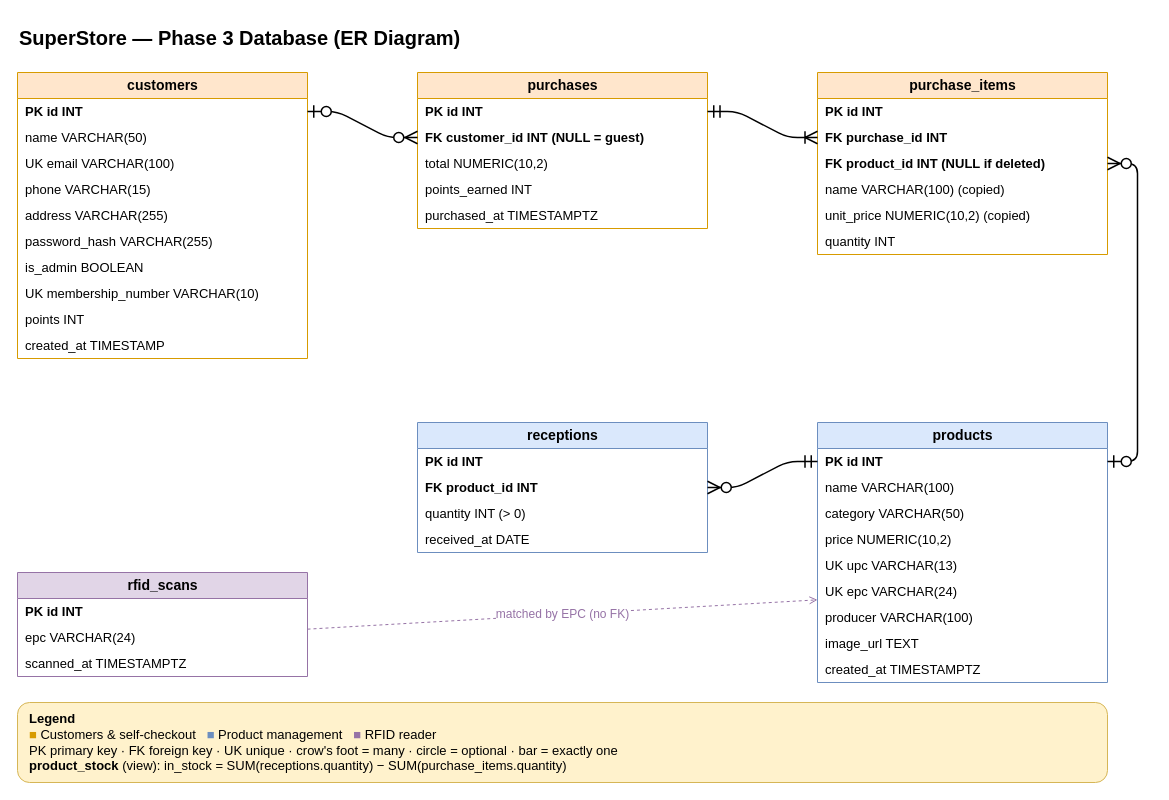
This is docs/SuperStore-ERD.drawio from Wlszn/SuperStore, a draw.io file, before an edit. Source tidied: cells renumbered, new cells numbered last; positions are measured from the earlier drawing's top-left corner, leaving out a move shared by most shapes. Both pictures are drawn from the tidied source at 100%, with x=0, y=0 at pixel (17, 17).
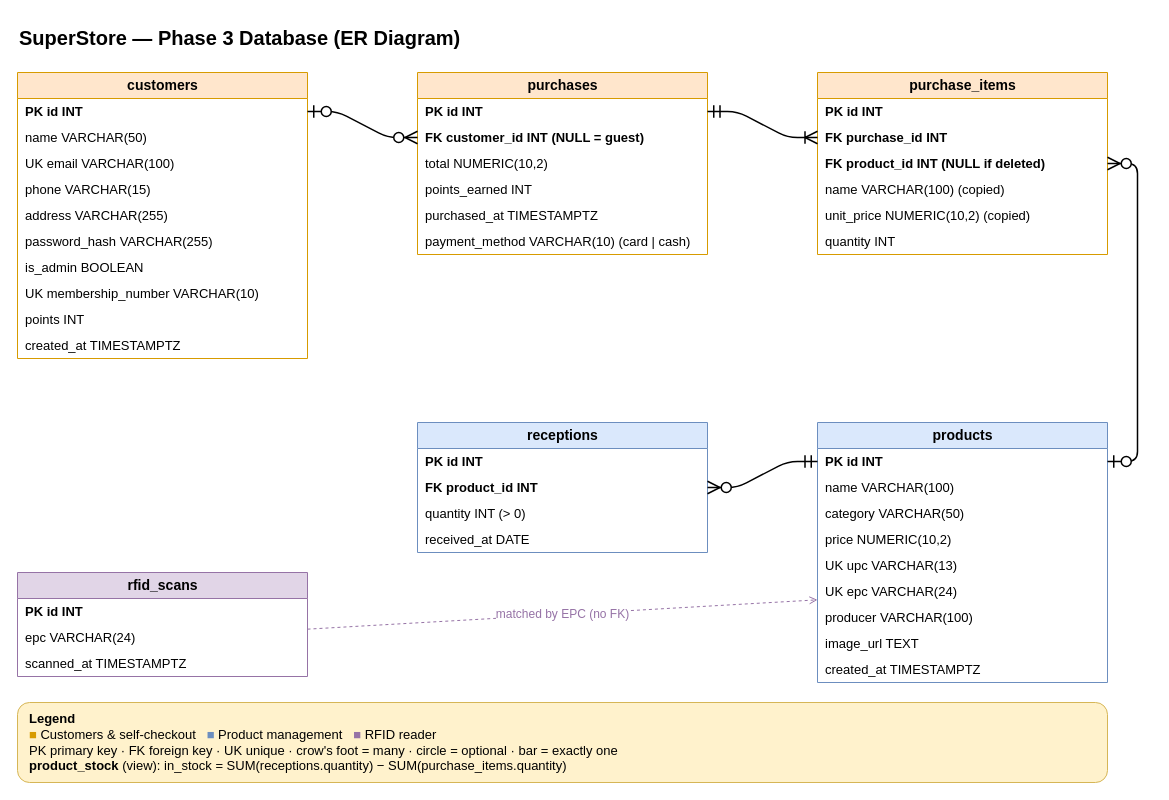
The same diagram, later.

Unchanged cells that the change refers to:
```xml
<mxCell id="3" value="customers" style="swimlane;fontStyle=1;horizontal=1;startSize=26;fillColor=#ffe6cc;strokeColor=#d79b00;fontSize=14;html=1;" parent="1" vertex="1">
  <mxGeometry y="55" width="290" height="286" as="geometry" />
</mxCell>
```

Diff of the diagram source:
```diff
@@
-    <mxCell id="13" value="created_at  TIMESTAMP" style="text;strokeColor=none;fillColor=none;align=left;verticalAlign=middle;spacingLeft=6;fontSize=13;html=1;" parent="3" vertex="1">
+    <mxCell id="13" value="created_at  TIMESTAMPTZ" style="text;strokeColor=none;fillColor=none;align=left;verticalAlign=middle;spacingLeft=6;fontSize=13;html=1;" parent="3" vertex="1">
       <mxGeometry y="260" width="290" height="26" as="geometry" />
     </mxCell>
     <mxCell id="14" value="purchases" style="swimlane;fontStyle=1;horizontal=1;startSize=26;fillColor=#ffe6cc;strokeColor=#d79b00;fontSize=14;html=1;" parent="1" vertex="1">
-      <mxGeometry x="400" y="55" width="290" height="156" as="geometry" />
+      <mxGeometry x="400" y="55" width="290" height="182" as="geometry" />
     </mxCell>
@@
+    <mxCell id="52" value="payment_method  VARCHAR(10)  (card | cash)" style="text;strokeColor=none;fillColor=none;align=left;verticalAlign=middle;spacingLeft=6;fontSize=13;html=1;" parent="14" vertex="1">
+      <mxGeometry y="156" width="290" height="26" as="geometry" />
+    </mxCell>
```
